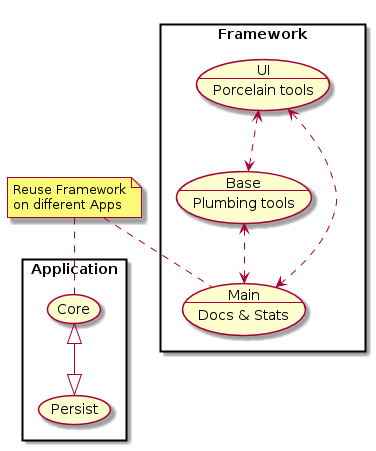
The PlantUML diagram image/submodules.png in xue2sheng/GenealogicalTree, before a commit.
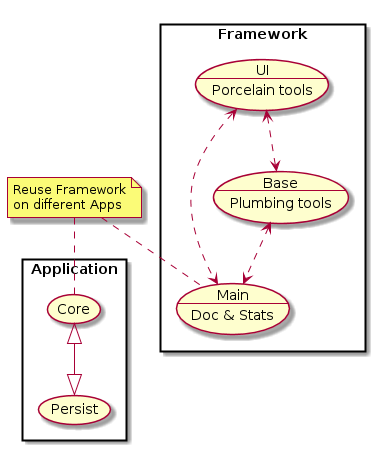
The same diagram one commit later.

Change to the diagram source:
```diff
@@ -1,16 +1,28 @@
 @startuml submodules.png
 rectangle Application {
- (Core) <|--|> (Persist)
+
+   (Core) as (core)
+
+
+
+ (Persist) as (persist)
+
+ (core) <|--|> (persist)
 }
+
 rectangle Framework {
+
+ (Main\n--\nDoc & Stats) as (main)
+ (UI\n--\nPorcelain tools) as (ui)
  (Base\n--\nPlumbing tools) as (base)
- (UI\n--\nPorcelain tools) as (ui)
- (Main\n--\nDocs & Stats) as (main)
+
  (base) <..> (main)
  (ui) <..> (main)
  (ui) <..> (base)
 }
+
 note "Reuse Framework\non different Apps" as N
-N .. (Core)
+N .. (core)
 N .. (main)
+
 @enduml
```
